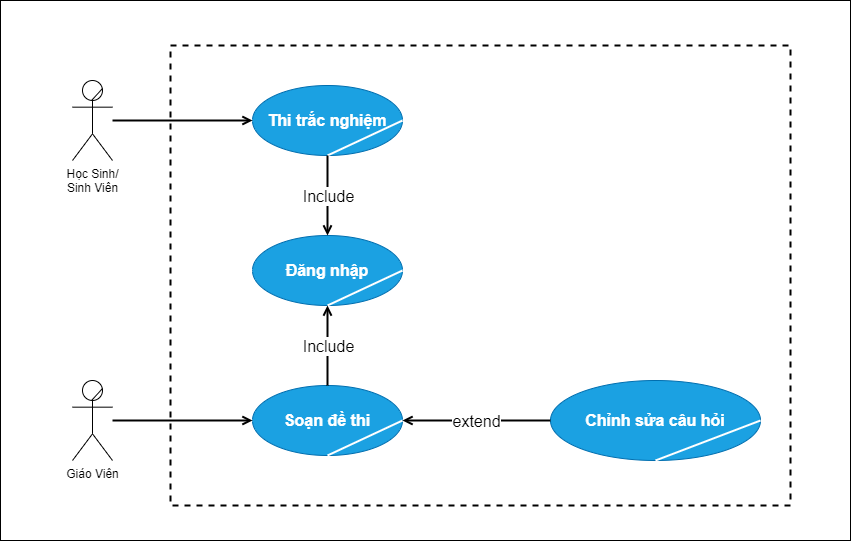
Above: nghiepVu.dio.png in sunny-THS/data (draw.io), before the change. Source tidied: cells renumbered, new cells last; positions are measured from the earlier drawing's top-left corner, leaving out a move shared by most shapes.
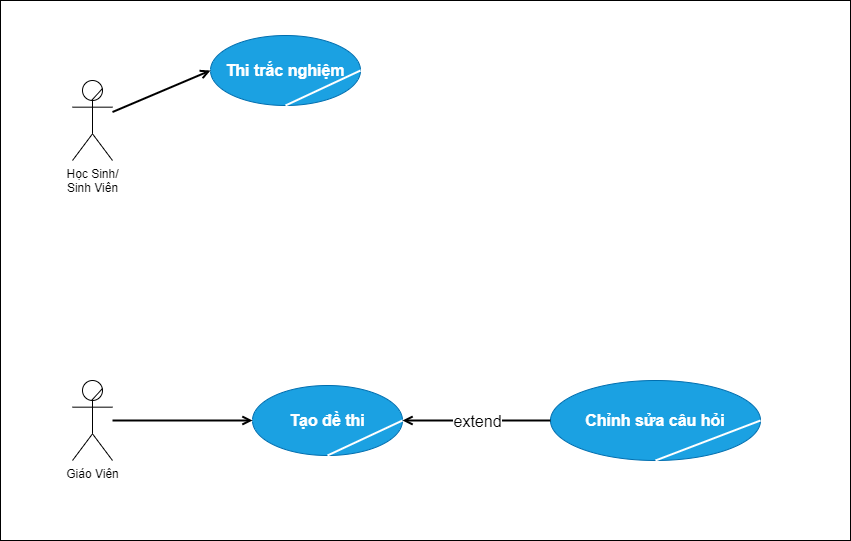
After the change.

Diff of the diagram source:
```diff
@@ -18,7 +18,7 @@
       <mxGeometry relative="1" as="geometry" />
     </mxCell>
     <mxCell id="7" value="&lt;b&gt;&lt;font style=&quot;font-size: 16px&quot;&gt;Thi trắc nghiệm&lt;/font&gt;&lt;/b&gt;" style="ellipse;whiteSpace=wrap;html=1;fillColor=#1ba1e2;fontColor=#ffffff;strokeColor=#006EAF;" parent="1" vertex="1">
-      <mxGeometry x="252" y="85" width="150" height="70" as="geometry" />
+      <mxGeometry x="210" y="35" width="150" height="70" as="geometry" />
     </mxCell>
     <mxCell id="8" style="endArrow=none;html=1;entryX=1;entryY=0.5;entryDx=0;entryDy=0;exitX=0.5;exitY=1;exitDx=0;exitDy=0;strokeWidth=2;fillColor=#f5f5f5;strokeColor=#fff;" parent="1" edge="1" source="7" target="7">
       <mxGeometry relative="1" as="geometry" />
@@ -26,7 +26,7 @@
     <mxCell id="9" style="endArrow=open;html=1;fontSize=16;strokeWidth=2;entryX=0;entryY=0.5;entryDx=0;entryDy=0;endFill=0;" parent="1" edge="1" source="3" target="7">
       <mxGeometry relative="1" as="geometry" />
     </mxCell>
-    <mxCell id="10" value="&lt;b&gt;&lt;font style=&quot;font-size: 16px&quot;&gt;Soạn đề thi&lt;/font&gt;&lt;/b&gt;" style="ellipse;whiteSpace=wrap;html=1;fillColor=#1ba1e2;fontColor=#ffffff;strokeColor=#006EAF;" parent="1" vertex="1">
+    <mxCell id="10" value="&lt;b&gt;&lt;font style=&quot;font-size: 16px&quot;&gt;Tạo đề thi&lt;/font&gt;&lt;/b&gt;" style="ellipse;whiteSpace=wrap;html=1;fillColor=#1ba1e2;fontColor=#ffffff;strokeColor=#006EAF;" parent="1" vertex="1">
       <mxGeometry x="252" y="385" width="150" height="70" as="geometry" />
     </mxCell>
     <mxCell id="11" style="endArrow=none;html=1;entryX=1;entryY=0.5;entryDx=0;entryDy=0;exitX=0.5;exitY=1;exitDx=0;exitDy=0;strokeWidth=2;fillColor=#f5f5f5;strokeColor=#fff;" parent="1" edge="1" source="10" target="10">
@@ -35,24 +35,6 @@
     <mxCell id="12" style="endArrow=open;html=1;fontSize=16;strokeWidth=2;entryX=0;entryY=0.5;entryDx=0;entryDy=0;endFill=0;" parent="1" edge="1" source="5" target="10">
       <mxGeometry relative="1" as="geometry" />
     </mxCell>
-    <mxCell id="13" value="&lt;span style=&quot;font-size: 16px&quot;&gt;&lt;b&gt;Đăng nhập&lt;/b&gt;&lt;/span&gt;" style="ellipse;whiteSpace=wrap;html=1;fillColor=#1ba1e2;fontColor=#ffffff;strokeColor=#006EAF;" parent="1" vertex="1">
-      <mxGeometry x="252" y="235" width="150" height="70" as="geometry" />
-    </mxCell>
-    <mxCell id="14" style="endArrow=none;html=1;entryX=1;entryY=0.5;entryDx=0;entryDy=0;exitX=0.5;exitY=1;exitDx=0;exitDy=0;strokeWidth=2;fillColor=#f5f5f5;strokeColor=#fff;" parent="1" edge="1" source="13" target="13">
-      <mxGeometry relative="1" as="geometry" />
-    </mxCell>
-    <mxCell id="15" style="endArrow=open;html=1;fontSize=16;strokeWidth=2;exitX=0.5;exitY=1;exitDx=0;exitDy=0;entryX=0.5;entryY=0;entryDx=0;entryDy=0;endFill=0;" parent="1" edge="1" source="7" target="13">
-      <mxGeometry relative="1" as="geometry" />
-    </mxCell>
-    <mxCell id="16" value="Include" style="edgeLabel;html=1;align=center;verticalAlign=middle;fontSize=16;" parent="15" vertex="1">
-      <mxGeometry relative="1" as="geometry" />
-    </mxCell>
-    <mxCell id="17" style="endArrow=open;html=1;fontSize=16;strokeWidth=2;exitX=0.5;exitY=0;exitDx=0;exitDy=0;entryX=0.5;entryY=1;entryDx=0;entryDy=0;endFill=0;" parent="1" edge="1" source="10" target="13">
-      <mxGeometry relative="1" as="geometry" />
-    </mxCell>
-    <mxCell id="18" value="Include" style="edgeLabel;html=1;align=center;verticalAlign=middle;fontSize=16;" parent="17" vertex="1">
-      <mxGeometry relative="1" as="geometry" />
-    </mxCell>
     <mxCell id="19" value="&lt;span style=&quot;font-size: 16px&quot;&gt;&lt;b&gt;Chỉnh sửa câu hỏi&lt;/b&gt;&lt;/span&gt;" style="ellipse;whiteSpace=wrap;html=1;fillColor=#1ba1e2;fontColor=#ffffff;strokeColor=#006EAF;" parent="1" vertex="1">
       <mxGeometry x="550" y="380" width="210" height="80" as="geometry" />
     </mxCell>
@@ -65,8 +47,5 @@
     <mxCell id="22" value="extend" style="edgeLabel;html=1;align=center;verticalAlign=middle;fontSize=16;" parent="21" vertex="1">
       <mxGeometry relative="1" as="geometry" />
     </mxCell>
-    <mxCell id="23" style="rounded=0;whiteSpace=wrap;html=1;fillColor=none;dashed=1;strokeWidth=2;" parent="1" vertex="1">
-      <mxGeometry x="170" y="45" width="620" height="460" as="geometry" />
-    </mxCell>
   </root>
 </mxGraphModel>
```
